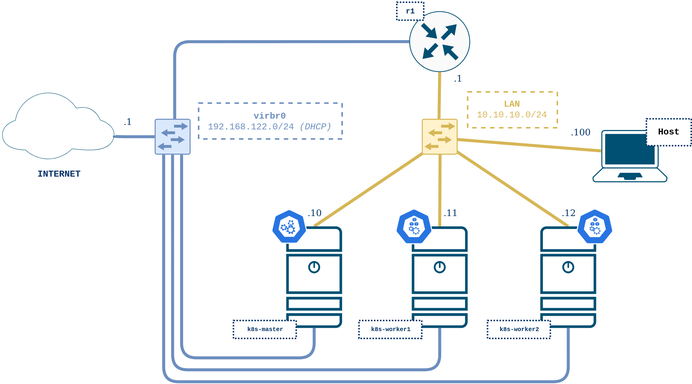
giros-dit/vnx-kubespray keeps this draw.io diagram as tutorial_kubespray/docs/scenario.png. Above is the earlier version. Source tidied: cells renumbered, new cells last; positions are measured from the earlier drawing's top-left corner, leaving out a move shared by most shapes.
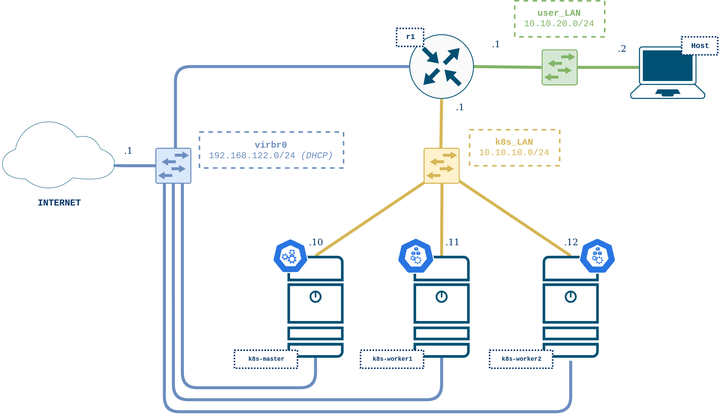
After the commit.

Commit message:
Update topology to include user_LAN

The edit, as a diff of the source:
```diff
@@ -5,8 +5,9 @@
     <mxCell id="2" style="edgeStyle=none;jettySize=auto;html=1;exitX=0.5;exitY=0;exitDx=0;exitDy=0;exitPerimeter=0;entryX=0.493;entryY=0.591;entryDx=0;entryDy=0;entryPerimeter=0;endArrow=none;strokeColor=#D6B656;strokeWidth=2;fontFamily=Helvetica;fontSize=12;fontColor=#000000;fillColor=#fff2cc;" parent="1" edge="1" source="4" target="35">
       <mxGeometry relative="1" as="geometry" />
     </mxCell>
-    <mxCell id="3" style="edgeStyle=orthogonalEdgeStyle;rounded=1;jettySize=auto;html=1;exitX=0.5;exitY=1;exitDx=0;exitDy=0;exitPerimeter=0;entryX=0.25;entryY=0.5;entryDx=0;entryDy=0;entryPerimeter=0;fontSize=12;strokeColor=#6C8EBF;strokeWidth=2;fillColor=#e1d5e7;endArrow=none;" parent="1" edge="1" source="4">
+    <mxCell id="3" style="edgeStyle=orthogonalEdgeStyle;rounded=1;orthogonalLoop=1;jettySize=auto;html=1;exitX=0.5;exitY=1;exitDx=0;exitDy=0;exitPerimeter=0;entryX=0.25;entryY=0.5;entryDx=0;entryDy=0;entryPerimeter=0;fontSize=12;strokeColor=#6C8EBF;strokeWidth=2;fillColor=#e1d5e7;endArrow=none;" parent="1" edge="1">
       <mxGeometry relative="1" as="geometry">
+        <mxPoint x="378.7" y="220" as="sourcePoint" />
         <mxPoint x="108" y="92" as="targetPoint" />
         <Array as="points">
           <mxPoint x="379" y="254" />
@@ -17,6 +18,9 @@
     <mxCell id="4" style="points=[[0.015,0.015,0],[0.985,0.015,0],[0.985,0.985,0],[0.015,0.985,0],[0.25,0,0],[0.5,0,0],[0.75,0,0],[1,0.25,0],[1,0.5,0],[1,0.75,0],[0.75,1,0],[0.5,1,0],[0.25,1,0],[0,0.75,0],[0,0.5,0],[0,0.25,0]];verticalLabelPosition=bottom;html=1;verticalAlign=top;align=center;shape=mxgraph.cisco19.server;fillColor=#005073;strokeColor=none;" parent="1" vertex="1">
       <mxGeometry x="360" y="150" width="37.4" height="68" as="geometry" />
     </mxCell>
+    <mxCell id="36" style="edgeStyle=none;jettySize=auto;html=1;exitX=1;exitY=0.5;exitDx=0;exitDy=0;exitPerimeter=0;endArrow=none;strokeColor=#82b366;fontFamily=Helvetica;fontSize=12;fontColor=#000000;strokeWidth=2;fillColor=#d5e8d4;entryX=0.631;entryY=0.51;entryDx=0;entryDy=0;entryPerimeter=0;" parent="1" edge="1" source="7" target="40">
+      <mxGeometry relative="1" as="geometry" />
+    </mxCell>
     <mxCell id="5" style="edgeStyle=none;jettySize=auto;html=1;exitX=0.5;exitY=1;exitDx=0;exitDy=0;exitPerimeter=0;entryX=0.473;entryY=0.512;entryDx=0;entryDy=0;entryPerimeter=0;endArrow=none;strokeColor=#d6b656;strokeWidth=2;fontFamily=Helvetica;fontSize=12;fontColor=#000000;fillColor=#fff2cc;" parent="1" edge="1" source="7" target="35">
       <mxGeometry relative="1" as="geometry" />
     </mxCell>
@@ -24,7 +28,7 @@
       <mxGeometry relative="1" as="geometry" />
     </mxCell>
     <mxCell id="7" style="points=[[0.5,0,0],[1,0.5,0],[0.5,1,0],[0,0.5,0],[0.145,0.145,0],[0.8555,0.145,0],[0.855,0.8555,0],[0.145,0.855,0]];verticalLabelPosition=bottom;html=1;verticalAlign=top;align=center;shape=mxgraph.cisco19.rect;prIcon=router;fillColor=#FAFAFA;strokeColor=#005073;" parent="1" vertex="1">
-      <mxGeometry x="272.3" y="6" width="40.8" height="40.8" as="geometry" />
+      <mxGeometry x="271.2" y="2.3" width="43.1" height="43.1" as="geometry" />
     </mxCell>
     <mxCell id="8" style="edgeStyle=none;jettySize=auto;html=1;exitX=0.5;exitY=0;exitDx=0;exitDy=0;exitPerimeter=0;endArrow=none;strokeColor=#d6b656;strokeWidth=2;fontFamily=Helvetica;fontSize=12;fontColor=#000000;entryX=0.512;entryY=0.611;entryDx=0;entryDy=0;entryPerimeter=0;fillColor=#fff2cc;" parent="1" edge="1" source="10" target="35">
       <mxGeometry relative="1" as="geometry" />
@@ -50,7 +54,7 @@
       <mxGeometry x="190" y="150" width="37.4" height="68" as="geometry" />
     </mxCell>
     <mxCell id="14" value="&lt;p style=&quot;line-height: 100%&quot;&gt;&lt;font style=&quot;font-size: 5px&quot; color=&quot;#003366&quot;&gt;r1&lt;/font&gt;&lt;/p&gt;" style="text;html=1;align=center;verticalAlign=middle;fontSize=5;fontFamily=Courier New;fontStyle=1;fillColor=#ffffff;strokeColor=#003366;dashed=1;dashPattern=1 1;spacing=1;spacingLeft=-3;spacingRight=-3;spacingBottom=-6;spacingTop=-6;" parent="1" vertex="1">
-      <mxGeometry x="264" width="18" height="12" as="geometry" />
+      <mxGeometry x="262.7" y="-1.6" width="18" height="12" as="geometry" />
     </mxCell>
     <mxCell id="15" style="html=1;dashed=0;whitespace=wrap;fillColor=#2875E2;strokeColor=#ffffff;shape=mxgraph.kubernetes.icon;prIcon=master;fontFamily=Tahoma;fontSize=8;fontColor=#003366;" parent="1" vertex="1">
       <mxGeometry x="180" y="138" width="24" height="24" as="geometry" />
@@ -73,15 +77,30 @@
     <mxCell id="21" value=".12" style="text;html=1;align=center;verticalAlign=middle;fontSize=6;fontFamily=Tahoma;fontColor=#003366;" parent="1" vertex="1">
       <mxGeometry x="366.7" y="132" width="24" height="18" as="geometry" />
     </mxCell>
+    <mxCell id="37" style="edgeStyle=none;jettySize=auto;html=1;exitX=0.115;exitY=0.4;exitDx=0;exitDy=0;exitPerimeter=0;endArrow=none;strokeColor=#82B366;fontFamily=Helvetica;fontSize=12;fontColor=#000000;strokeWidth=2;fillColor=#d5e8d4;" parent="1" edge="1" source="22" target="40">
+      <mxGeometry relative="1" as="geometry" />
+    </mxCell>
     <mxCell id="22" style="points=[[0.13,0.02,0],[0.5,0,0],[0.87,0.02,0],[0.885,0.4,0],[0.985,0.985,0],[0.5,1,0],[0.015,0.985,0],[0.115,0.4,0]];verticalLabelPosition=bottom;html=1;verticalAlign=top;align=center;shape=mxgraph.cisco19.laptop;fillColor=#005073;strokeColor=none;fontFamily=Courier New;fontSize=6;fontColor=#003366;" parent="1" vertex="1">
-      <mxGeometry x="395" y="85.5" width="50" height="35" as="geometry" />
+      <mxGeometry x="418.3" y="10.4" width="50" height="35" as="geometry" />
     </mxCell>
+    <mxCell id="38" value=".1" style="text;html=1;align=center;verticalAlign=middle;fontSize=6;fontFamily=Tahoma;fontColor=#003366;" parent="1" vertex="1">
+      <mxGeometry x="317.4" width="24" height="18" as="geometry" />
+    </mxCell>
-    <mxCell id="23" value=".100" style="text;html=1;align=center;verticalAlign=middle;fontSize=6;fontFamily=Tahoma;fontColor=#003366;" parent="1" vertex="1">
-      <mxGeometry x="372" y="78" width="30" height="18" as="geometry" />
+    <mxCell id="23" value=".2" style="text;html=1;align=center;verticalAlign=middle;fontSize=6;fontFamily=Tahoma;fontColor=#003366;" parent="1" vertex="1">
+      <mxGeometry x="401.3" y="3.4" width="24" height="18" as="geometry" />
     </mxCell>
+    <mxCell id="39" value="&lt;b&gt;user_LAN&lt;/b&gt;&lt;br&gt;&lt;div&gt;10.10.20.0/24&lt;/div&gt;" style="text;html=1;align=center;verticalAlign=middle;fontSize=6;fontFamily=Courier New;fontColor=#82B366;dashed=1;strokeColor=#82B366;" parent="1" vertex="1">
+      <mxGeometry x="341.3" y="-20" width="60" height="24" as="geometry" />
+    </mxCell>
-    <mxCell id="24" value="&lt;b&gt;LAN&lt;/b&gt;&lt;br&gt;&lt;div&gt;10.10.10.0/24&lt;/div&gt;" style="text;html=1;align=center;verticalAlign=middle;fontSize=6;fontFamily=Courier New;fontColor=#D6B656;strokeColor=#D6B656;dashed=1;" parent="1" vertex="1">
-      <mxGeometry x="311.4" y="60" width="60" height="24" as="geometry" />
+    <mxCell id="24" value="&lt;b&gt;k8s_LAN&lt;/b&gt;&lt;br&gt;&lt;div&gt;10.10.10.0/24&lt;/div&gt;" style="text;html=1;align=center;verticalAlign=middle;fontSize=6;fontFamily=Courier New;fontColor=#D6B656;strokeColor=#D6B656;dashed=1;" parent="1" vertex="1">
+      <mxGeometry x="311.4" y="66" width="60" height="24" as="geometry" />
     </mxCell>
+    <mxCell id="35" style="points=[[0.015,0.015,0],[0.985,0.015,0],[0.985,0.985,0],[0.015,0.985,0],[0.25,0,0],[0.5,0,0],[0.75,0,0],[1,0.25,0],[1,0.5,0],[1,0.75,0],[0.75,1,0],[0.5,1,0],[0.25,1,0],[0,0.75,0],[0,0.5,0],[0,0.25,0]];verticalLabelPosition=bottom;html=1;verticalAlign=middle;align=center;shape=mxgraph.cisco19.rect;prIcon=l2_switch;fillColor=#fff2cc;strokeColor=#d6b656;fontFamily=Helvetica;fontSize=12;fontColor=#000000;strokeWidth=2;" parent="1" vertex="1">
+      <mxGeometry x="280.7" y="78" width="24" height="24" as="geometry" />
+    </mxCell>
+    <mxCell id="40" style="points=[[0.015,0.015,0],[0.985,0.015,0],[0.985,0.985,0],[0.015,0.985,0],[0.25,0,0],[0.5,0,0],[0.75,0,0],[1,0.25,0],[1,0.5,0],[1,0.75,0],[0.75,1,0],[0.5,1,0],[0.25,1,0],[0,0.75,0],[0,0.5,0],[0,0.25,0]];verticalLabelPosition=bottom;html=1;verticalAlign=middle;align=center;shape=mxgraph.cisco19.rect;prIcon=l2_switch;fillColor=#d5e8d4;strokeColor=#82B366;fontFamily=Helvetica;fontSize=12;fontColor=#000000;strokeWidth=2;rounded=1;labelBackgroundColor=#ffffff;endArrow=none;" parent="1" vertex="1">
+      <mxGeometry x="359.3" y="12.4" width="24" height="24" as="geometry" />
+    </mxCell>
     <mxCell id="25" style="edgeStyle=orthogonalEdgeStyle;rounded=1;jettySize=auto;html=1;exitX=0;exitY=0.5;exitDx=0;exitDy=0;exitPerimeter=0;entryX=1;entryY=0.65;entryDx=0;entryDy=0;entryPerimeter=0;endArrow=none;strokeColor=#6C8EBF;strokeWidth=2;fontFamily=Helvetica;fontSize=12;fontColor=#000000;fillColor=#e1d5e7;" parent="1" edge="1" source="26" target="27">
       <mxGeometry relative="1" as="geometry" />
     </mxCell>
@@ -106,14 +125,8 @@
     <mxCell id="32" value="&lt;font style=&quot;font-size: 4px&quot; color=&quot;#003366&quot;&gt;k8s-worker2&lt;/font&gt;" style="text;html=1;align=center;verticalAlign=middle;fontSize=4;fontFamily=Courier New;fontStyle=1;fillColor=#ffffff;strokeColor=#003366;dashed=1;dashPattern=1 1;" parent="1" vertex="1">
       <mxGeometry x="324.7" y="213" width="42" height="12" as="geometry" />
     </mxCell>
-    <mxCell id="33" value="Host" style="text;html=1;align=center;verticalAlign=middle;fontSize=6;fontFamily=Courier New;fontStyle=1;fillColor=#ffffff;strokeColor=#003366;dashed=1;dashPattern=1 1;" parent="1" vertex="1">
-      <mxGeometry x="431" y="78" width="30" height="18" as="geometry" />
+    <mxCell id="33" value="&lt;p style=&quot;line-height: 100%&quot;&gt;&lt;font color=&quot;#003366&quot;&gt;Host&lt;/font&gt;&lt;br&gt;&lt;/p&gt;" style="text;html=1;align=center;verticalAlign=middle;fontSize=5;fontFamily=Courier New;fontStyle=1;fillColor=#ffffff;strokeColor=#003366;dashed=1;dashPattern=1 1;spacing=1;spacingLeft=-3;spacingRight=-3;spacingBottom=-6;spacingTop=-6;" parent="1" vertex="1">
+      <mxGeometry x="452.6" y="4" width="24" height="12" as="geometry" />
     </mxCell>
-    <mxCell id="34" style="edgeStyle=none;jettySize=auto;html=1;exitX=0.115;exitY=0.4;exitDx=0;exitDy=0;exitPerimeter=0;entryX=0.671;entryY=0.552;entryDx=0;entryDy=0;entryPerimeter=0;endArrow=none;strokeColor=#D6B656;strokeWidth=2;fontFamily=Helvetica;fontSize=12;fontColor=#000000;fillColor=#fff2cc;" parent="1" edge="1" source="22" target="35">
-      <mxGeometry relative="1" as="geometry" />
-    </mxCell>
-    <mxCell id="35" style="points=[[0.015,0.015,0],[0.985,0.015,0],[0.985,0.985,0],[0.015,0.985,0],[0.25,0,0],[0.5,0,0],[0.75,0,0],[1,0.25,0],[1,0.5,0],[1,0.75,0],[0.75,1,0],[0.5,1,0],[0.25,1,0],[0,0.75,0],[0,0.5,0],[0,0.25,0]];verticalLabelPosition=bottom;html=1;verticalAlign=middle;align=center;shape=mxgraph.cisco19.rect;prIcon=l2_switch;fillColor=#fff2cc;strokeColor=#d6b656;fontFamily=Helvetica;fontSize=12;fontColor=#000000;strokeWidth=2;" parent="1" vertex="1">
-      <mxGeometry x="280.7" y="78" width="24" height="24" as="geometry" />
-    </mxCell>
   </root>
 </mxGraphModel>
```
